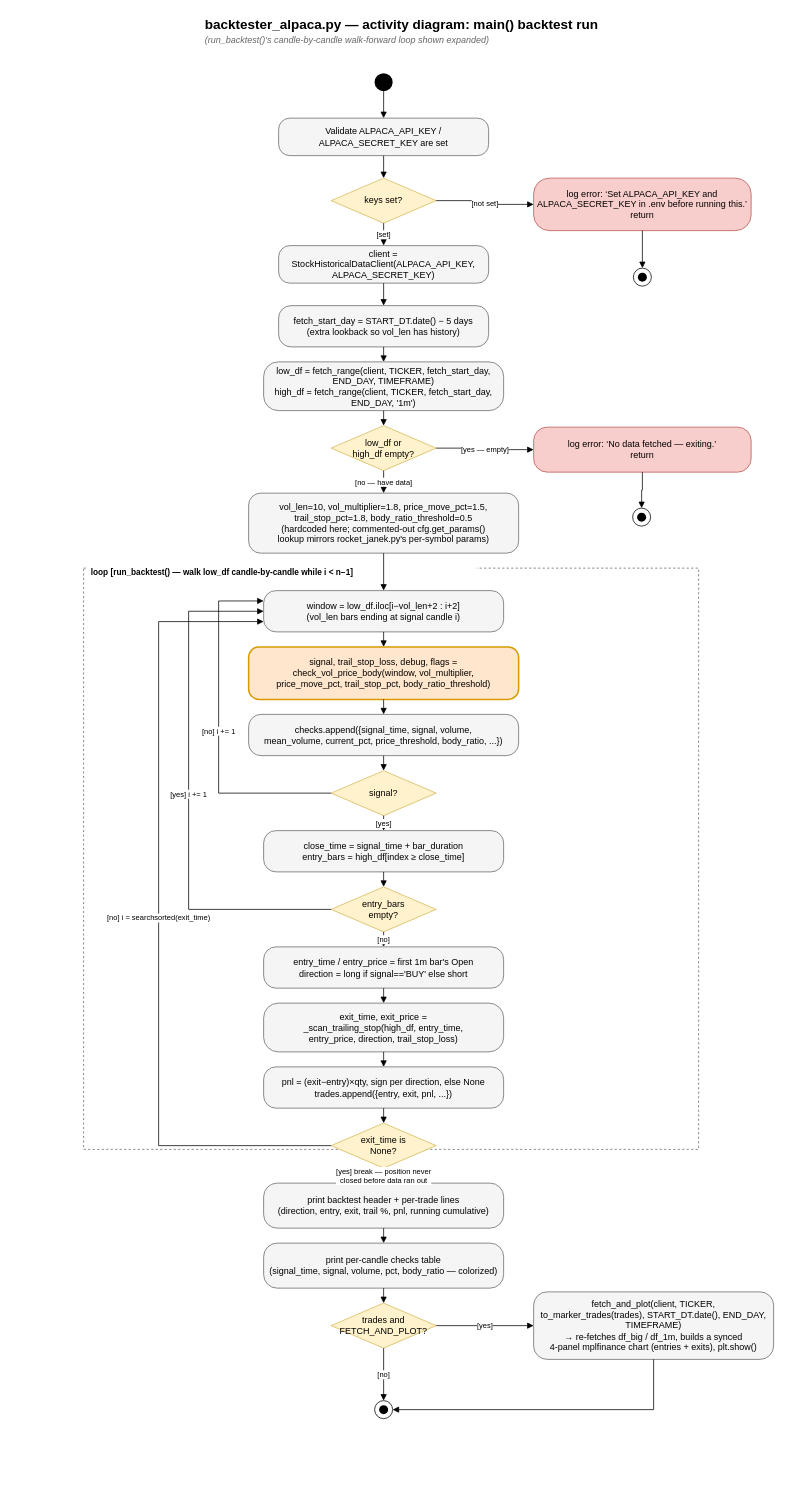
Earlier version of the draw.io diagram page "action_backtester" (4 of 7) of system.drawio (artgme/r7trader). Source tidied: cells renumbered, new cells numbered last; positions are measured from the earlier drawing's top-left corner, leaving out a move shared by most shapes. Both pictures are drawn from the tidied source at 75%, with x=0, y=0 at pixel (83, 13).
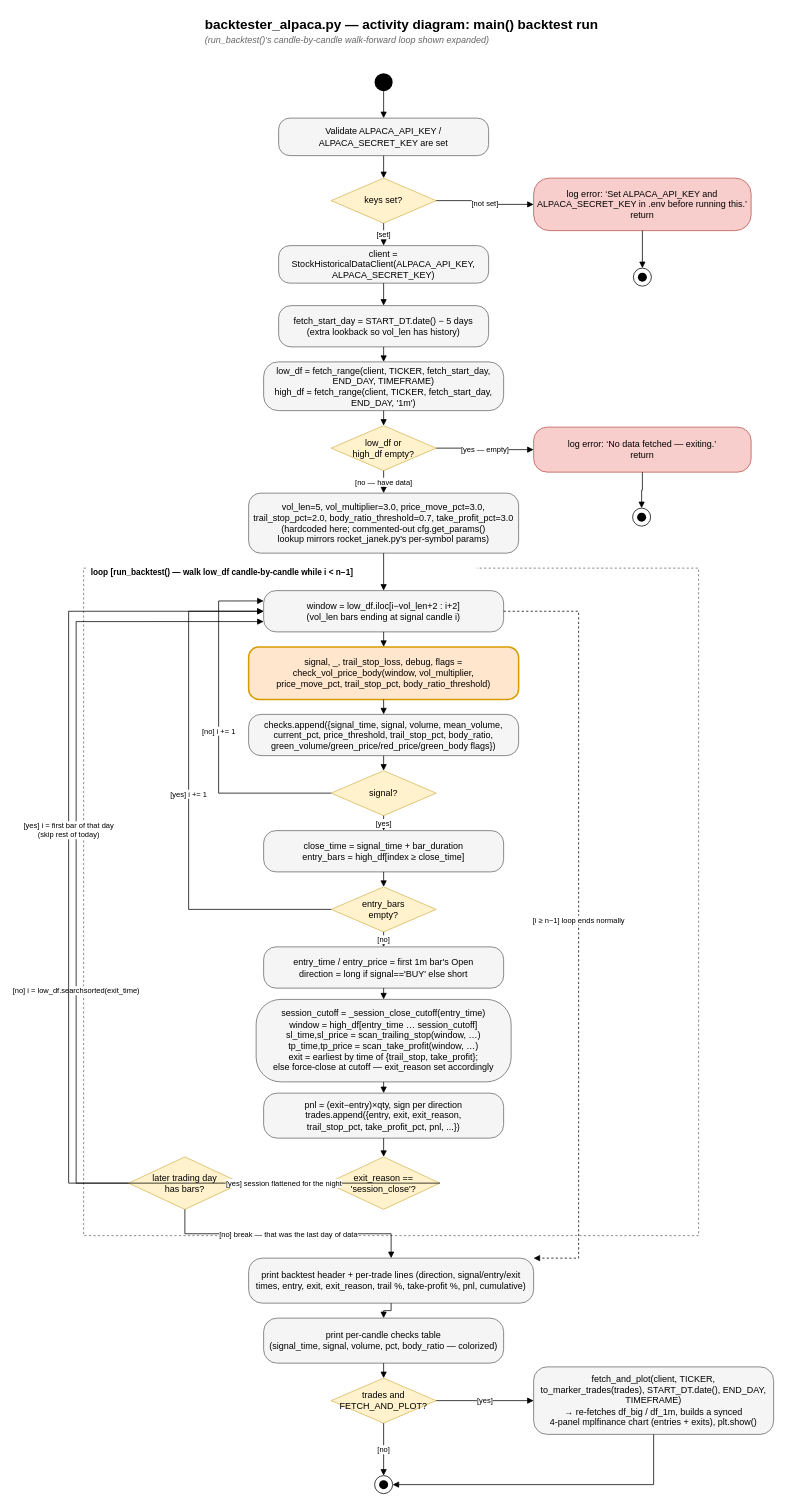
After the change.

The change refers to these unchanged cells:
```xml
<mxCell id="16" value="window = low_df.iloc[i−vol_len+2 : i+2]&lt;br&gt;(vol_len bars ending at signal candle i)" style="rounded=1;arcSize=30;whiteSpace=wrap;html=1;fillColor=#f5f5f5;strokeColor=#666666;" parent="1" vertex="1">
  <mxGeometry x="240" y="770" width="320" height="55" as="geometry" />
</mxCell>
```

The edit, as a diff of the source:
```diff
@@
-    <mxCell id="13" value="vol_len=10, vol_multiplier=1.8, price_move_pct=1.5,&lt;br&gt;trail_stop_pct=1.8, body_ratio_threshold=0.5&lt;br&gt;(hardcoded here; commented-out cfg.get_params()&lt;br&gt;lookup mirrors rocket_janek.py's per-symbol params)" style="rounded=1;arcSize=20;whiteSpace=wrap;html=1;fillColor=#f5f5f5;strokeColor=#666666;" parent="1" vertex="1">
+    <mxCell id="13" value="vol_len=5, vol_multiplier=3.0, price_move_pct=3.0,&lt;br&gt;trail_stop_pct=2.0, body_ratio_threshold=0.7, take_profit_pct=3.0&lt;br&gt;(hardcoded here; commented-out cfg.get_params()&lt;br&gt;lookup mirrors rocket_janek.py's per-symbol params)" style="rounded=1;arcSize=20;whiteSpace=wrap;html=1;fillColor=#f5f5f5;strokeColor=#666666;" parent="1" vertex="1">
       <mxGeometry x="220" y="640" width="360" height="80" as="geometry" />
     </mxCell>
     <mxCell id="14" style="rounded=0;whiteSpace=wrap;html=1;fillColor=none;strokeColor=#666666;dashed=1;verticalAlign=top;" parent="1" vertex="1">
-      <mxGeometry y="740" width="820" height="775" as="geometry" />
+      <mxGeometry y="740" width="820" height="890" as="geometry" />
     </mxCell>
@@
-    <mxCell id="17" value="signal, trail_stop_loss, debug, flags =&lt;br&gt;check_vol_price_body(window, vol_multiplier,&lt;br&gt;price_move_pct, trail_stop_pct, body_ratio_threshold)" style="rounded=1;arcSize=20;whiteSpace=wrap;html=1;fillColor=#ffe6cc;strokeColor=#d79b00;strokeWidth=2;" parent="1" vertex="1">
+    <mxCell id="17" value="signal, _, trail_stop_loss, debug, flags =&lt;br&gt;check_vol_price_body(window, vol_multiplier,&lt;br&gt;price_move_pct, trail_stop_pct, body_ratio_threshold)" style="rounded=1;arcSize=20;whiteSpace=wrap;html=1;fillColor=#ffe6cc;strokeColor=#d79b00;strokeWidth=2;" parent="1" vertex="1">
       <mxGeometry x="220" y="845" width="360" height="70" as="geometry" />
     </mxCell>
-    <mxCell id="18" value="checks.append({signal_time, signal, volume,&lt;br&gt;mean_volume, current_pct, price_threshold, body_ratio, ...})" style="rounded=1;arcSize=30;whiteSpace=wrap;html=1;fillColor=#f5f5f5;strokeColor=#666666;" parent="1" vertex="1">
+    <mxCell id="18" value="checks.append({signal_time, signal, volume, mean_volume,&lt;br&gt;current_pct, price_threshold, trail_stop_pct, body_ratio,&lt;br&gt;green_volume/green_price/red_price/green_body flags})" style="rounded=1;arcSize=30;whiteSpace=wrap;html=1;fillColor=#f5f5f5;strokeColor=#666666;" parent="1" vertex="1">
       <mxGeometry x="220" y="935" width="360" height="55" as="geometry" />
     </mxCell>
@@
-    <mxCell id="23" value="exit_time, exit_price =&lt;br&gt;_scan_trailing_stop(high_df, entry_time,&lt;br&gt;entry_price, direction, trail_stop_loss)" style="rounded=1;arcSize=30;whiteSpace=wrap;html=1;fillColor=#f5f5f5;strokeColor=#666666;" parent="1" vertex="1">
-      <mxGeometry x="240" y="1320" width="320" height="65" as="geometry" />
+    <mxCell id="23" value="session_cutoff = _session_close_cutoff(entry_time)&lt;br&gt;window = high_df[entry_time … session_cutoff]&lt;br&gt;sl_time,sl_price = scan_trailing_stop(window, …)&lt;br&gt;tp_time,tp_price = scan_take_profit(window, …)&lt;br&gt;exit = earliest by time of {trail_stop, take_profit};&lt;br&gt;else force-close at cutoff — exit_reason set accordingly" style="rounded=1;arcSize=30;whiteSpace=wrap;html=1;fillColor=#f5f5f5;strokeColor=#666666;" parent="1" vertex="1">
+      <mxGeometry x="230" y="1315" width="340" height="110" as="geometry" />
     </mxCell>
-    <mxCell id="24" value="pnl = (exit−entry)×qty, sign per direction, else None&lt;br&gt;trades.append({entry, exit, pnl, ...})" style="rounded=1;arcSize=30;whiteSpace=wrap;html=1;fillColor=#f5f5f5;strokeColor=#666666;" parent="1" vertex="1">
-      <mxGeometry x="240" y="1405" width="320" height="55" as="geometry" />
+    <mxCell id="24" value="pnl = (exit−entry)×qty, sign per direction&lt;br&gt;trades.append({entry, exit, exit_reason,&lt;br&gt;trail_stop_pct, take_profit_pct, pnl, ...})" style="rounded=1;arcSize=30;whiteSpace=wrap;html=1;fillColor=#f5f5f5;strokeColor=#666666;" parent="1" vertex="1">
+      <mxGeometry x="240" y="1440" width="320" height="60" as="geometry" />
     </mxCell>
-    <mxCell id="25" value="exit_time is&lt;br&gt;None?" style="rhombus;whiteSpace=wrap;html=1;fillColor=#fff2cc;strokeColor=#d6b656;" parent="1" vertex="1">
-      <mxGeometry x="330" y="1480" width="140" height="60" as="geometry" />
+    <mxCell id="25" value="exit_reason ==&lt;br&gt;'session_close'?" style="rhombus;whiteSpace=wrap;html=1;fillColor=#fff2cc;strokeColor=#d6b656;" parent="1" vertex="1">
+      <mxGeometry x="325" y="1525" width="150" height="70" as="geometry" />
     </mxCell>
+    <mxCell id="68" value="later trading day&lt;br&gt;has bars?" style="rhombus;whiteSpace=wrap;html=1;fillColor=#fff2cc;strokeColor=#d6b656;" parent="1" vertex="1">
+      <mxGeometry x="60" y="1525" width="150" height="70" as="geometry" />
+    </mxCell>
-    <mxCell id="26" value="print backtest header + per-trade lines&lt;br&gt;(direction, entry, exit, trail %, pnl, running cumulative)" style="rounded=1;arcSize=30;whiteSpace=wrap;html=1;fillColor=#f5f5f5;strokeColor=#666666;" parent="1" vertex="1">
-      <mxGeometry x="240" y="1560" width="320" height="60" as="geometry" />
+    <mxCell id="26" value="print backtest header + per-trade lines  (direction, signal/entry/exit&lt;br&gt;times, entry, exit, exit_reason, trail %, take-profit %, pnl, cumulative)" style="rounded=1;arcSize=30;whiteSpace=wrap;html=1;fillColor=#f5f5f5;strokeColor=#666666;" parent="1" vertex="1">
+      <mxGeometry x="220" y="1660" width="380" height="60" as="geometry" />
     </mxCell>
     <mxCell id="27" value="print per-candle checks table&lt;br&gt;(signal_time, signal, volume, pct, body_ratio — colorized)" style="rounded=1;arcSize=30;whiteSpace=wrap;html=1;fillColor=#f5f5f5;strokeColor=#666666;" parent="1" vertex="1">
-      <mxGeometry x="240" y="1640" width="320" height="60" as="geometry" />
+      <mxGeometry x="240" y="1740" width="320" height="60" as="geometry" />
     </mxCell>
     <mxCell id="28" value="trades and&lt;br&gt;FETCH_AND_PLOT?" style="rhombus;whiteSpace=wrap;html=1;fillColor=#fff2cc;strokeColor=#d6b656;" parent="1" vertex="1">
-      <mxGeometry x="330" y="1720" width="140" height="60" as="geometry" />
+      <mxGeometry x="330" y="1820" width="140" height="60" as="geometry" />
     </mxCell>
     <mxCell id="29" value="fetch_and_plot(client, TICKER,&lt;br&gt;to_marker_trades(trades), START_DT.date(), END_DAY, TIMEFRAME)&lt;br&gt;→ re-fetches df_big / df_1m, builds a synced&lt;br&gt;4-panel mplfinance chart (entries + exits), plt.show()" style="rounded=1;arcSize=20;whiteSpace=wrap;html=1;fillColor=#f5f5f5;strokeColor=#666666;" parent="1" vertex="1">
-      <mxGeometry x="600" y="1705" width="320" height="90" as="geometry" />
+      <mxGeometry x="600" y="1805" width="320" height="90" as="geometry" />
     </mxCell>
     <mxCell id="30" style="ellipse;whiteSpace=wrap;html=1;fillColor=#ffffff;strokeColor=#000000;" parent="1" vertex="1">
-      <mxGeometry x="388" y="1850" width="24" height="24" as="geometry" />
+      <mxGeometry x="388" y="1950" width="24" height="24" as="geometry" />
     </mxCell>
     <mxCell id="31" style="ellipse;whiteSpace=wrap;html=1;fillColor=#000000;strokeColor=none;" parent="1" vertex="1">
-      <mxGeometry x="394" y="1856" width="12" height="12" as="geometry" />
+      <mxGeometry x="394" y="1956" width="12" height="12" as="geometry" />
     </mxCell>
@@
-    <mxCell id="55" value="[no] i = searchsorted(exit_time)" style="edgeStyle=orthogonalEdgeStyle;rounded=0;html=1;endArrow=block;endFill=1;fontSize=10;exitX=0;exitY=0.5;entryX=0;entryY=0.75;labelBackgroundColor=#ffffff;" parent="1" edge="1" source="25" target="16">
+    <mxCell id="55" value="[no] i = low_df.searchsorted(exit_time)" style="edgeStyle=orthogonalEdgeStyle;rounded=0;html=1;endArrow=block;endFill=1;fontSize=10;exitX=1;exitY=0.5;entryX=0;entryY=0.75;labelBackgroundColor=#ffffff;" parent="1" edge="1" source="25" target="16">
       <mxGeometry relative="1" as="geometry">
         <Array as="points">
-          <mxPoint x="100" y="1510" />
-          <mxPoint x="100" y="811.2" />
+          <mxPoint x="-10" y="1560" />
+          <mxPoint x="-10" y="811.2" />
         </Array>
       </mxGeometry>
     </mxCell>
-    <mxCell id="56" value="[yes] break — position never&lt;br&gt;closed before data ran out" style="edgeStyle=orthogonalEdgeStyle;rounded=0;html=1;endArrow=block;endFill=1;fontSize=10;exitX=0.5;exitY=1;entryX=0.5;entryY=0;labelBackgroundColor=#ffffff;" parent="1" edge="1" source="25" target="26">
+    <mxCell id="56" value="[yes] session flattened for the night" style="edgeStyle=orthogonalEdgeStyle;rounded=0;html=1;endArrow=block;endFill=1;fontSize=10;exitX=0;exitY=0.5;entryX=1;entryY=0.5;labelBackgroundColor=#ffffff;" parent="1" edge="1" source="25" target="68">
       <mxGeometry relative="1" as="geometry" />
     </mxCell>
+    <mxCell id="69" value="[yes] i = first bar of that day&lt;br&gt;(skip rest of today)" style="edgeStyle=orthogonalEdgeStyle;rounded=0;html=1;endArrow=block;endFill=1;fontSize=10;exitX=0;exitY=0.5;entryX=0;entryY=0.5;labelBackgroundColor=#ffffff;" parent="1" edge="1" source="68" target="16">
+      <mxGeometry relative="1" as="geometry">
+        <Array as="points">
+          <mxPoint x="-20" y="1560" />
+          <mxPoint x="-20" y="797" />
+        </Array>
+      </mxGeometry>
+    </mxCell>
+    <mxCell id="70" value="[no] break — that was the last day of data" style="edgeStyle=orthogonalEdgeStyle;rounded=0;html=1;endArrow=block;endFill=1;fontSize=10;exitX=0.5;exitY=1;entryX=0.5;entryY=0;labelBackgroundColor=#ffffff;" parent="1" edge="1" source="68" target="26">
+      <mxGeometry relative="1" as="geometry" />
+    </mxCell>
+    <mxCell id="71" value="[i ≥ n−1] loop ends normally" style="edgeStyle=orthogonalEdgeStyle;rounded=0;html=1;endArrow=block;endFill=1;dashed=1;fontSize=10;exitX=1;exitY=0.5;entryX=1;entryY=0;labelBackgroundColor=#ffffff;" parent="1" edge="1" source="16" target="26">
+      <mxGeometry relative="1" as="geometry">
+        <Array as="points">
+          <mxPoint x="660" y="797" />
+          <mxPoint x="660" y="1660" />
+        </Array>
+      </mxGeometry>
+    </mxCell>
```
